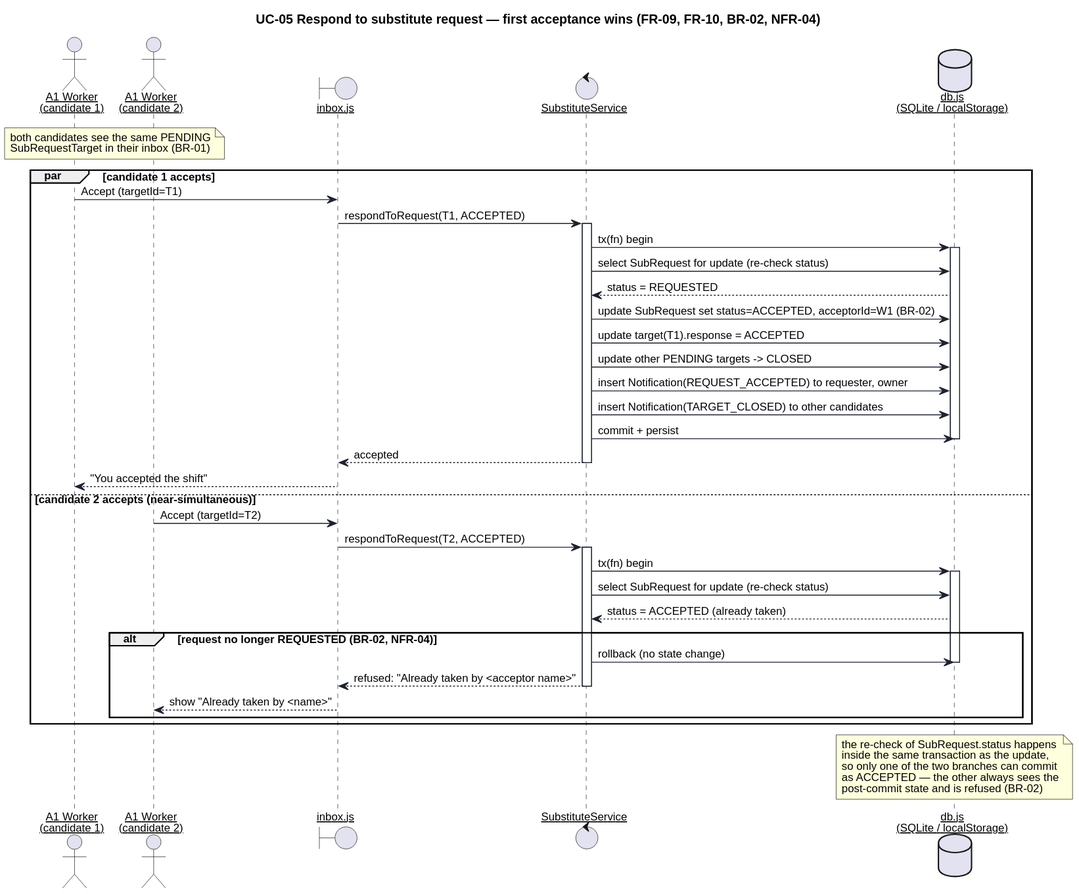
keemlogan/shiftswap keeps this PlantUML diagram as uml/seq-2-accept.svg. Above is the earlier version. Its diagram source:
```plantuml
@startuml
skinparam defaultFontName "Helvetica"
skinparam defaultFontSize 12
skinparam shadowing false
skinparam backgroundColor #FFFFFF
skinparam sequenceArrowThickness 1
skinparam sequenceParticipant underline
skinparam participant {
  BackgroundColor #FFFFFF
  BorderColor #1C2230
}
skinparam sequence {
  LifeLineBorderColor #1C2230
  ArrowColor #1C2230
  BoxBorderColor #1C2230
}

title UC-05 Respond to substitute request — first acceptance wins (FR-09, FR-10, BR-02, NFR-04)

actor "A1 Worker\n(candidate 1)" as W1
actor "A1 Worker\n(candidate 2)" as W2
boundary "inbox.js" as UI
control "SubstituteService" as Svc
database "db.js\n(SQLite / localStorage)" as DB

note over W1, W2 : both candidates see the same PENDING\nSubRequestTarget in their inbox (BR-01)

par candidate 1 accepts
  W1 -> UI : Accept (targetId=T1)
  UI -> Svc : respondToRequest(T1, ACCEPTED)
  activate Svc
  Svc -> DB : tx(fn) begin
  activate DB
  Svc -> DB : select SubRequest for update (re-check status)
  DB --> Svc : status = REQUESTED
  Svc -> DB : update SubRequest set status=ACCEPTED, acceptorId=W1 (BR-02)
  Svc -> DB : update target(T1).response = ACCEPTED
  Svc -> DB : update other PENDING targets -> CLOSED
  Svc -> DB : insert Notification(REQUEST_ACCEPTED) to requester, owner
  Svc -> DB : insert Notification(TARGET_CLOSED) to other candidates
  Svc -> DB : commit + persist
  deactivate DB
  Svc --> UI : accepted
  deactivate Svc
  UI --> W1 : "You accepted the shift"
else candidate 2 accepts (near-simultaneous)
  W2 -> UI : Accept (targetId=T2)
  UI -> Svc : respondToRequest(T2, ACCEPTED)
  activate Svc
  Svc -> DB : tx(fn) begin
  activate DB
  Svc -> DB : select SubRequest for update (re-check status)
  DB --> Svc : status = ACCEPTED (already taken)
  alt request no longer REQUESTED (BR-02, NFR-04)
    Svc -> DB : rollback (no state change)
    deactivate DB
    Svc --> UI : refused: "Already taken by <acceptor name>"
    deactivate Svc
    UI --> W2 : show "Already taken by <name>"
  end
end

note over DB
  the re-check of SubRequest.status happens
  inside the same transaction as the update,
  so only one of the two branches can commit
  as ACCEPTED — the other always sees the
  post-commit state and is refused (BR-02)
end note
@enduml
```
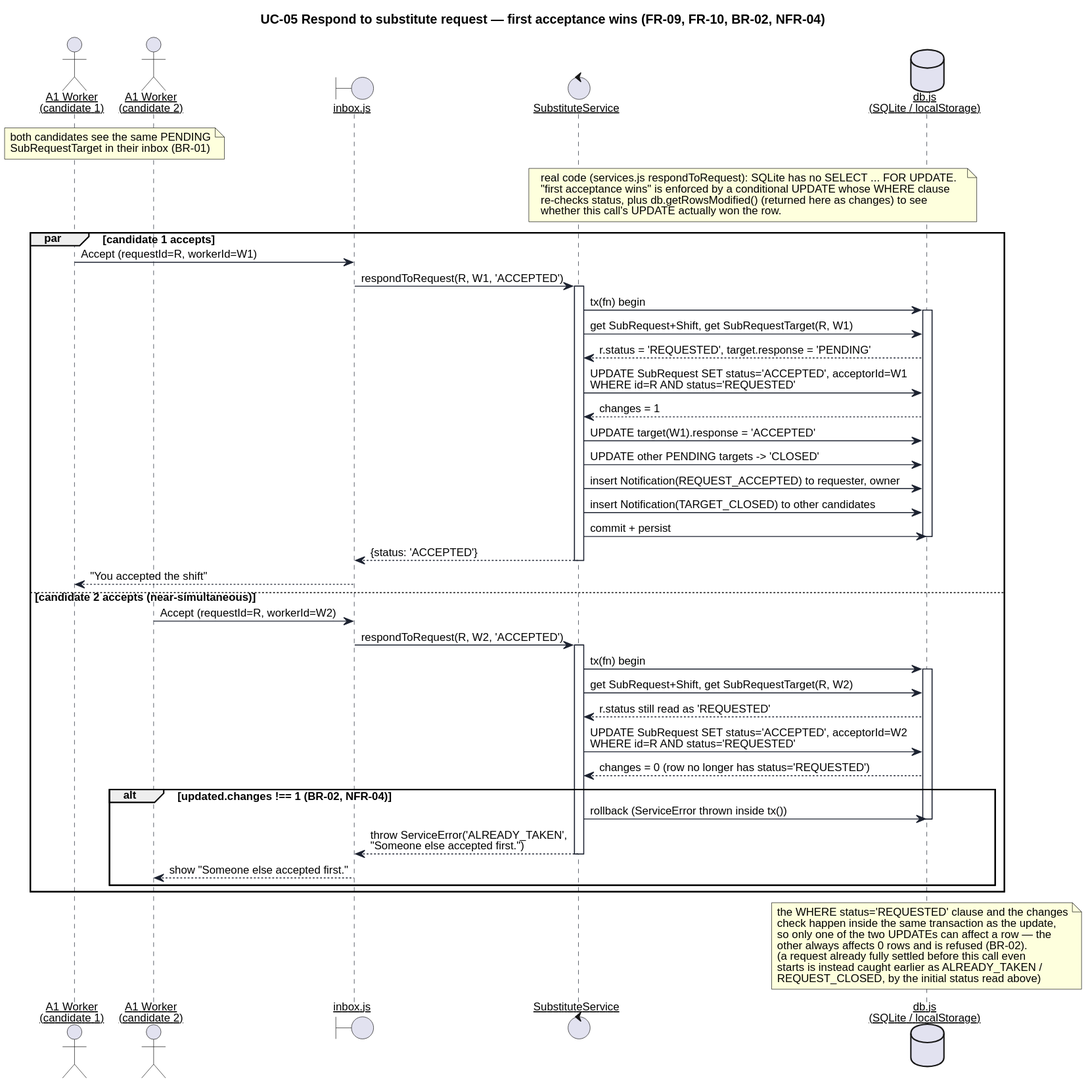
After the change.

The edit, as a diff of the source:
```diff
@@ -25,46 +25,58 @@
 
 note over W1, W2 : both candidates see the same PENDING\nSubRequestTarget in their inbox (BR-01)
 
+note over Svc, DB
+  real code (services.js respondToRequest): SQLite has no SELECT ... FOR UPDATE.
+  "first acceptance wins" is enforced by a conditional UPDATE whose WHERE clause
+  re-checks status, plus db.getRowsModified() (returned here as changes) to see
+  whether this call's UPDATE actually won the row.
+end note
+
 par candidate 1 accepts
-  W1 -> UI : Accept (targetId=T1)
-  UI -> Svc : respondToRequest(T1, ACCEPTED)
+  W1 -> UI : Accept (requestId=R, workerId=W1)
+  UI -> Svc : respondToRequest(R, W1, 'ACCEPTED')
   activate Svc
   Svc -> DB : tx(fn) begin
   activate DB
-  Svc -> DB : select SubRequest for update (re-check status)
-  DB --> Svc : status = REQUESTED
-  Svc -> DB : update SubRequest set status=ACCEPTED, acceptorId=W1 (BR-02)
-  Svc -> DB : update target(T1).response = ACCEPTED
-  Svc -> DB : update other PENDING targets -> CLOSED
+  Svc -> DB : get SubRequest+Shift, get SubRequestTarget(R, W1)
+  DB --> Svc : r.status = 'REQUESTED', target.response = 'PENDING'
+  Svc -> DB : UPDATE SubRequest SET status='ACCEPTED', acceptorId=W1\nWHERE id=R AND status='REQUESTED'
+  DB --> Svc : changes = 1
+  Svc -> DB : UPDATE target(W1).response = 'ACCEPTED'
+  Svc -> DB : UPDATE other PENDING targets -> 'CLOSED'
   Svc -> DB : insert Notification(REQUEST_ACCEPTED) to requester, owner
   Svc -> DB : insert Notification(TARGET_CLOSED) to other candidates
   Svc -> DB : commit + persist
   deactivate DB
-  Svc --> UI : accepted
+  Svc --> UI : {status: 'ACCEPTED'}
   deactivate Svc
   UI --> W1 : "You accepted the shift"
 else candidate 2 accepts (near-simultaneous)
-  W2 -> UI : Accept (targetId=T2)
-  UI -> Svc : respondToRequest(T2, ACCEPTED)
+  W2 -> UI : Accept (requestId=R, workerId=W2)
+  UI -> Svc : respondToRequest(R, W2, 'ACCEPTED')
   activate Svc
   Svc -> DB : tx(fn) begin
   activate DB
-  Svc -> DB : select SubRequest for update (re-check status)
-  DB --> Svc : status = ACCEPTED (already taken)
-  alt request no longer REQUESTED (BR-02, NFR-04)
-    Svc -> DB : rollback (no state change)
+  Svc -> DB : get SubRequest+Shift, get SubRequestTarget(R, W2)
+  DB --> Svc : r.status still read as 'REQUESTED'
+  Svc -> DB : UPDATE SubRequest SET status='ACCEPTED', acceptorId=W2\nWHERE id=R AND status='REQUESTED'
+  DB --> Svc : changes = 0 (row no longer has status='REQUESTED')
+  alt updated.changes !== 1 (BR-02, NFR-04)
+    Svc -> DB : rollback (ServiceError thrown inside tx())
     deactivate DB
-    Svc --> UI : refused: "Already taken by <acceptor name>"
+    Svc --> UI : throw ServiceError('ALREADY_TAKEN',\n"Someone else accepted first.")
     deactivate Svc
-    UI --> W2 : show "Already taken by <name>"
+    UI --> W2 : show "Someone else accepted first."
   end
 end
 
 note over DB
-  the re-check of SubRequest.status happens
-  inside the same transaction as the update,
-  so only one of the two branches can commit
-  as ACCEPTED — the other always sees the
-  post-commit state and is refused (BR-02)
+  the WHERE status='REQUESTED' clause and the changes
+  check happen inside the same transaction as the update,
+  so only one of the two UPDATEs can affect a row — the
+  other always affects 0 rows and is refused (BR-02).
+  (a request already fully settled before this call even
+  starts is instead caught earlier as ALREADY_TAKEN /
+  REQUEST_CLOSED, by the initial status read above)
 end note
 @enduml
```
